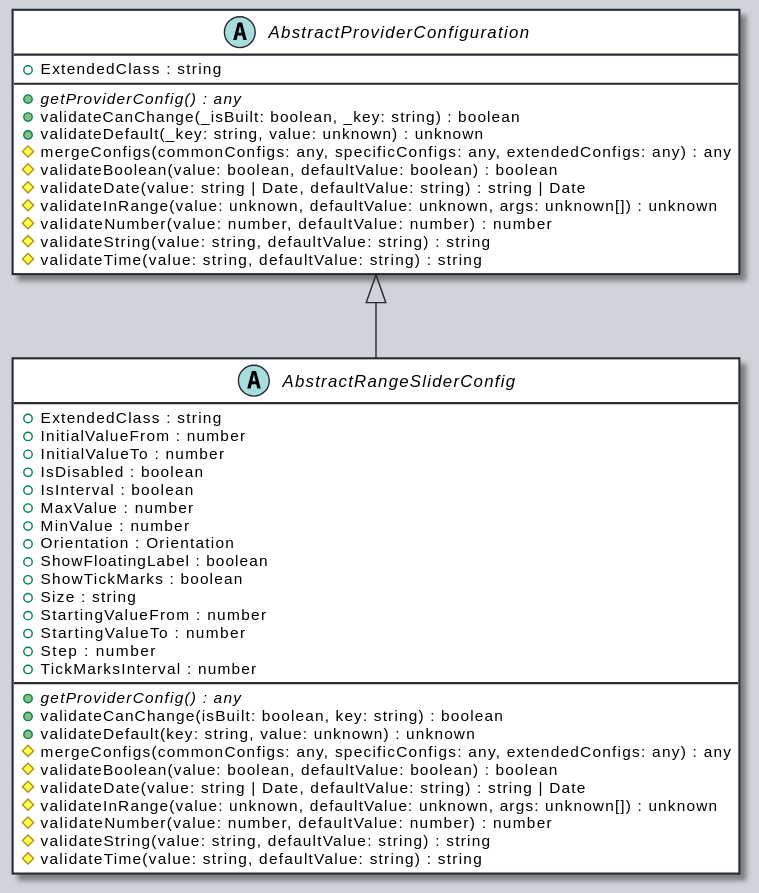
OutSystems/outsystems-ui keeps this PlantUML diagram as docs/assets/AbstractRangeSliderConfig-umlClassDiagram-4950.svg. Above is the earlier version.
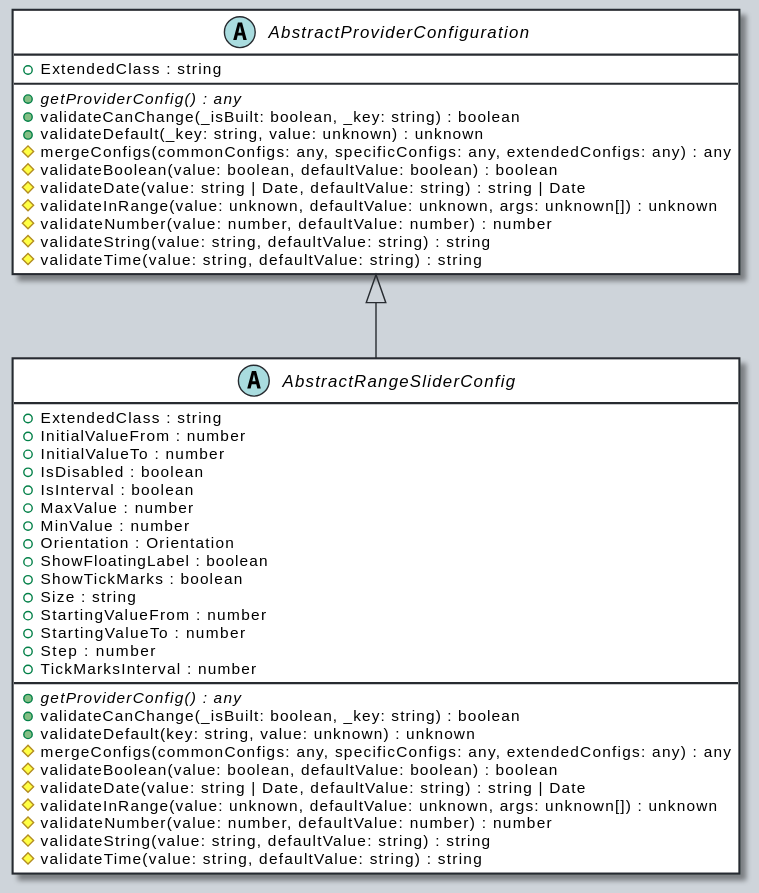
Above is the later version.

What changed in the source:
```diff
@@ -22,7 +22,7 @@
     +Step : number
     +TickMarksInterval : number
     {abstract} +getProviderConfig() : any
-    +validateCanChange(isBuilt: boolean, key: string) : boolean
+    +validateCanChange(_isBuilt: boolean, _key: string) : boolean
     +validateDefault(key: string, value: unknown) : unknown
     #mergeConfigs(commonConfigs: any, specificConfigs: any, extendedConfigs: any) : any
     #validateBoolean(value: boolean, defaultValue: boolean) : boolean
```
